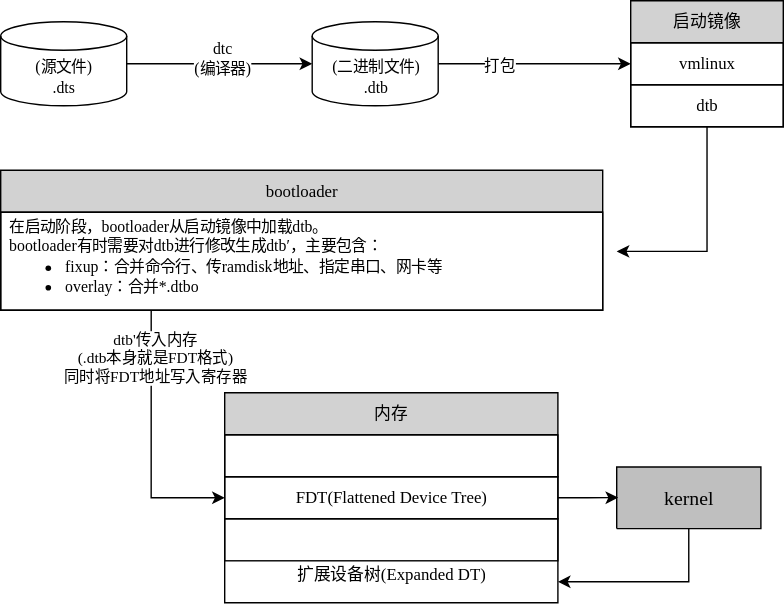
h13-0/Notebooks keeps this draw.io diagram as Linux内核原理及其开发/Resources/设备树生命周期.drawio.svg. Above is the earlier version. Source tidied: cells renumbered, new cells last; positions are measured from the earlier drawing's top-left corner, leaving out a move shared by most shapes.
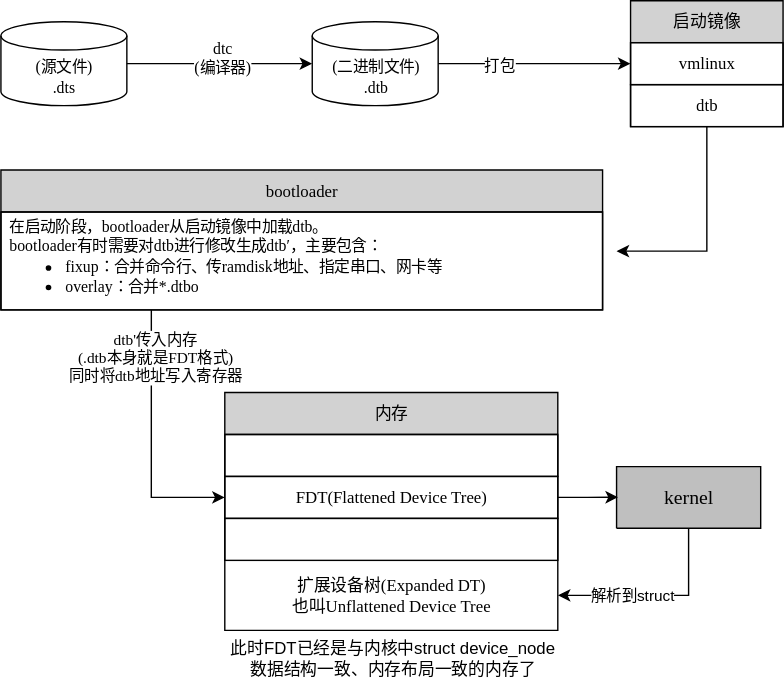
Later version of the same file.

Diff of the diagram source:
```diff
@@ -5,6 +5,11 @@
     <mxCell id="2" style="edgeStyle=orthogonalEdgeStyle;rounded=0;jettySize=auto;html=1;entryX=1;entryY=0.5;entryDx=0;entryDy=0;" parent="1" edge="1" source="3" target="25">
       <mxGeometry relative="1" as="geometry" />
     </mxCell>
+    <mxCell id="27" value="解析到struct" style="edgeLabel;html=1;align=center;verticalAlign=middle;" parent="2" vertex="1">
+      <mxGeometry x="0.42" y="1" relative="1" as="geometry">
+        <mxPoint x="11" y="-1" as="offset" />
+      </mxGeometry>
+    </mxCell>
     <mxCell id="3" value="&lt;div style=&quot;font-size: 1px&quot;&gt;&lt;font style=&quot;font-size:14.11px;font-family:思源等宽;color:#000000;direction:ltr;letter-spacing:0px;line-height:120%;opacity:1&quot;&gt;kernel&lt;br/&gt;&lt;/font&gt;&lt;/div&gt;" style="verticalAlign=middle;align=center;overflow=width;vsdxID=151;fillColor=#bfbfbf;gradientColor=none;shape=(stored shape, 160 characters);strokeColor=#000000;points=[[1,0.5,0],[0.5,0,0],[0.5,0.5,0],[0.5,0.5,0]];labelBackgroundColor=none;rounded=0;html=1;whiteSpace=wrap;" parent="1" vertex="1">
       <mxGeometry x="440" y="333" width="103" height="44" as="geometry" />
     </mxCell>
@@ -61,7 +66,7 @@
     <mxCell id="17" style="edgeStyle=orthogonalEdgeStyle;rounded=0;jettySize=auto;html=1;exitX=0.25;exitY=1;exitDx=0;exitDy=0;" parent="1" edge="1" source="19" target="23">
       <mxGeometry relative="1" as="geometry" />
     </mxCell>
-    <mxCell id="18" value="&lt;font face=&quot;思源等宽&quot;&gt;dtb'传入内存&lt;/font&gt;&lt;div&gt;&lt;font face=&quot;思源等宽&quot;&gt;(.dtb本身就是FDT格式)&lt;/font&gt;&lt;/div&gt;&lt;div&gt;&lt;font face=&quot;思源等宽&quot;&gt;同时将FDT地址写入寄存器&lt;/font&gt;&lt;/div&gt;" style="edgeLabel;html=1;align=center;verticalAlign=middle;" parent="17" vertex="1">
+    <mxCell id="18" value="&lt;font face=&quot;思源等宽&quot;&gt;dtb'传入内存&lt;/font&gt;&lt;div&gt;&lt;font face=&quot;思源等宽&quot;&gt;(.dtb本身就是FDT格式)&lt;/font&gt;&lt;/div&gt;&lt;div&gt;&lt;font face=&quot;思源等宽&quot;&gt;同时将dtb地址写入寄存器&lt;/font&gt;&lt;/div&gt;" style="edgeLabel;html=1;align=center;verticalAlign=middle;" parent="17" vertex="1">
       <mxGeometry x="-0.41" y="2" relative="1" as="geometry">
         <mxPoint y="-22" as="offset" />
       </mxGeometry>
@@ -73,7 +78,7 @@
       <mxGeometry y="30" width="430" height="70" as="geometry" />
     </mxCell>
     <mxCell id="21" value="&lt;font face=&quot;思源等宽&quot;&gt;内存&lt;/font&gt;" style="swimlane;fontStyle=0;horizontal=1;startSize=30;whiteSpace=wrap;html=1;fillColor=#D2D2D2;" parent="1" vertex="1">
-      <mxGeometry x="160" y="280" width="238" height="150" as="geometry" />
+      <mxGeometry x="160" y="280" width="238" height="170" as="geometry" />
     </mxCell>
     <mxCell id="22" style="text;strokeColor=default;fillColor=none;align=center;verticalAlign=middle;spacingLeft=4;spacingRight=4;overflow=hidden;whiteSpace=wrap;html=1;" parent="21" vertex="1">
       <mxGeometry y="30" width="238" height="30" as="geometry" />
@@ -84,11 +89,14 @@
     <mxCell id="24" style="text;strokeColor=default;fillColor=none;align=left;verticalAlign=middle;spacingLeft=4;spacingRight=4;overflow=hidden;whiteSpace=wrap;html=1;" parent="21" vertex="1">
       <mxGeometry y="90" width="238" height="30" as="geometry" />
     </mxCell>
-    <mxCell id="25" value="&lt;font face=&quot;思源等宽&quot;&gt;扩展设备树(Expanded DT)&lt;/font&gt;&lt;div&gt;&lt;font face=&quot;思源等宽&quot;&gt;&lt;br&gt;&lt;/font&gt;&lt;/div&gt;" style="text;strokeColor=none;fillColor=none;align=center;verticalAlign=middle;spacingLeft=4;spacingRight=4;overflow=hidden;points=[[0,0.5],[1,0.5]];portConstraint=eastwest;whiteSpace=wrap;html=1;" parent="21" vertex="1">
-      <mxGeometry y="120" width="238" height="30" as="geometry" />
+    <mxCell id="25" value="&lt;font face=&quot;思源等宽&quot;&gt;扩展设备树(Expanded DT)&lt;/font&gt;&lt;div&gt;&lt;font face=&quot;思源等宽&quot;&gt;也叫U&lt;/font&gt;&lt;span style=&quot;background-color: transparent;&quot;&gt;&lt;font face=&quot;思源等宽&quot;&gt;nflattened Device Tree&lt;/font&gt;&lt;/span&gt;&lt;/div&gt;" style="text;strokeColor=none;fillColor=none;align=center;verticalAlign=middle;spacingLeft=4;spacingRight=4;overflow=hidden;points=[[0,0.5],[1,0.5]];portConstraint=eastwest;whiteSpace=wrap;html=1;" parent="21" vertex="1">
+      <mxGeometry y="120" width="238" height="50" as="geometry" />
     </mxCell>
     <mxCell id="26" style="edgeStyle=orthogonalEdgeStyle;rounded=0;jettySize=auto;html=1;entryX=0.01;entryY=0.497;entryDx=0;entryDy=0;entryPerimeter=0;" parent="1" edge="1" source="23" target="3">
       <mxGeometry relative="1" as="geometry" />
     </mxCell>
+    <mxCell id="28" value="此时FDT已经是与内核中struct&amp;nbsp;device_node数据结构一致、内存布局一致的内存了" style="text;html=1;align=center;verticalAlign=middle;whiteSpace=wrap;rounded=0;" parent="1" vertex="1">
+      <mxGeometry x="160" y="450" width="240" height="40" as="geometry" />
+    </mxCell>
   </root>
 </mxGraphModel>
```
